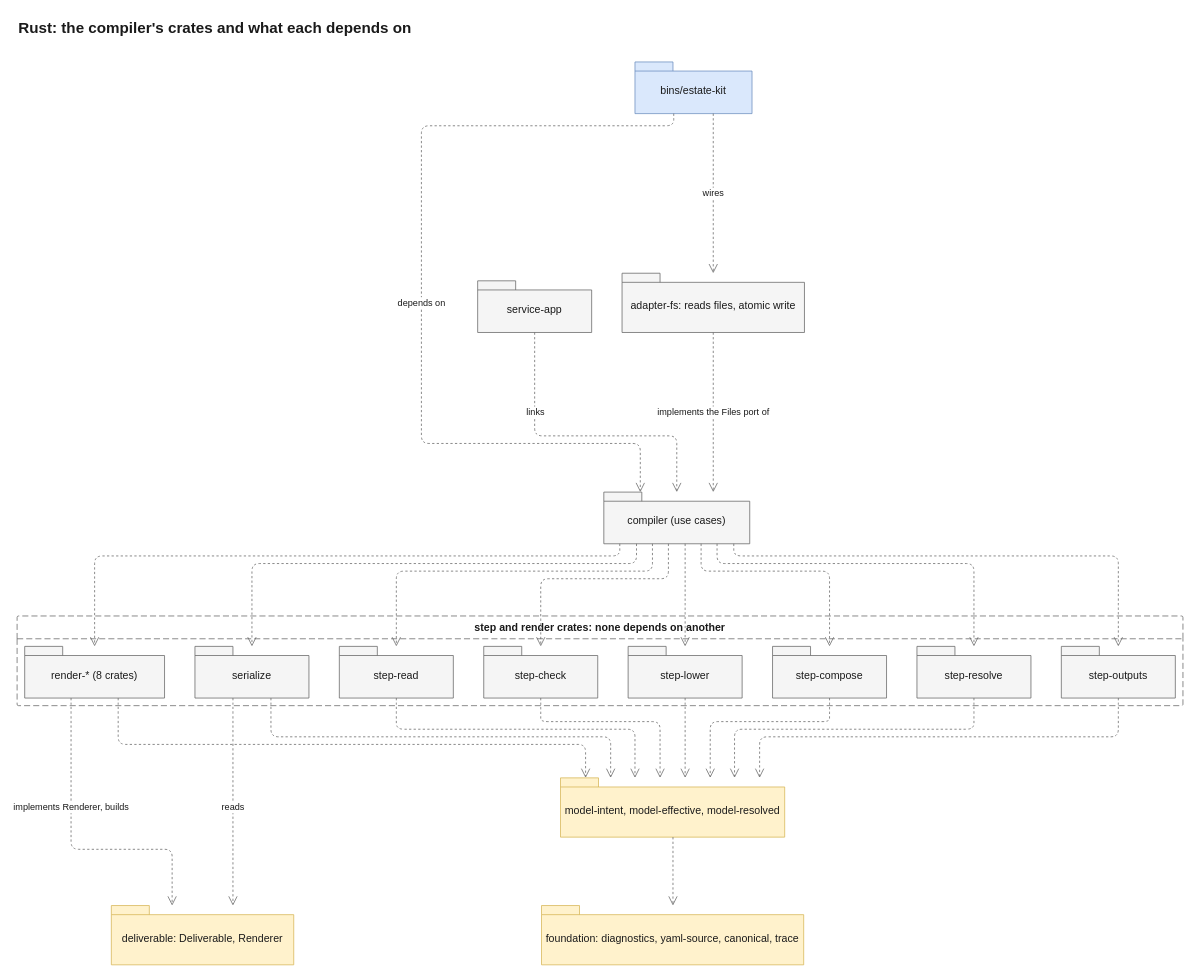
Before: docs/diagrams/src/rust-crates.drawio in JorisJonkers-dev/estate-kit, a draw.io diagram. Source tidied: cells renumbered, new cells numbered last; positions are measured from the earlier drawing's top-left corner, leaving out a move shared by most shapes. Both pictures are drawn from the tidied source at 76%, with x=0, y=0 at pixel (17, 13).
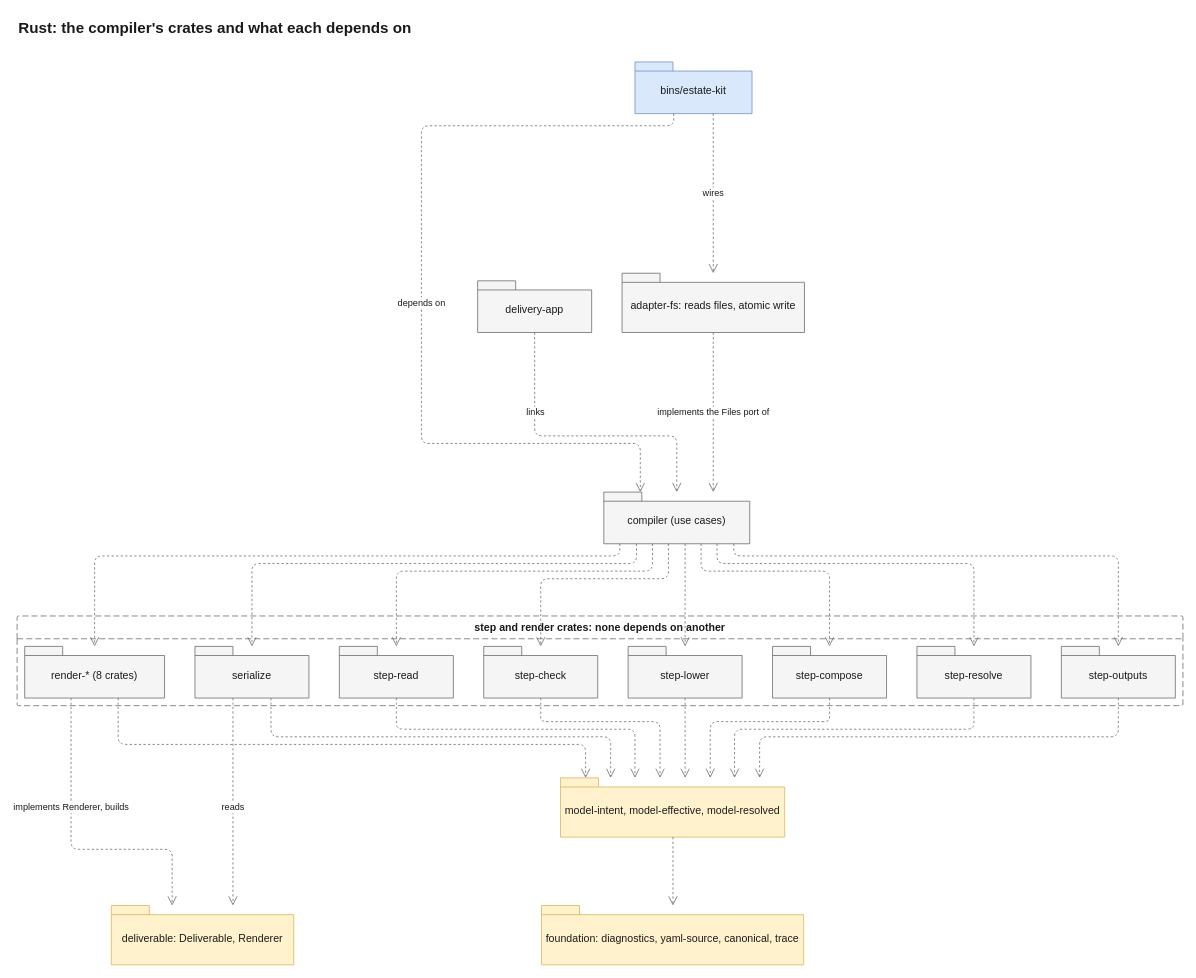
After the change.

The edit, as a diff of the source:
```diff
@@
-    <mxCell id="3" value="service-app" style="shape=folder;tabWidth=50;tabHeight=12;tabPosition=left;spacingTop=8;html=1;whiteSpace=wrap;fontSize=14;fontColor=light-dark(#1a1a1a,#e8e8e8);fillColor=light-dark(#f5f5f5,#2b2b2b);strokeColor=light-dark(#666666,#a8a8a8);fontFamily=Helvetica;" parent="1" vertex="1">
+    <mxCell id="3" value="delivery-app" style="shape=folder;tabWidth=50;tabHeight=12;tabPosition=left;spacingTop=8;html=1;whiteSpace=wrap;fontSize=14;fontColor=light-dark(#1a1a1a,#e8e8e8);fillColor=light-dark(#f5f5f5,#2b2b2b);strokeColor=light-dark(#666666,#a8a8a8);fontFamily=Helvetica;" parent="1" vertex="1">
       <mxGeometry x="606" y="352" width="150" height="68" as="geometry" />
     </mxCell>
```
